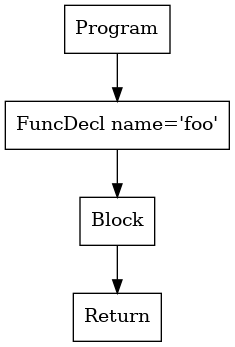
Earlier version of the Graphviz export tree.png (phamml/p2-parser). Its source is kept beside it as tree.dot.
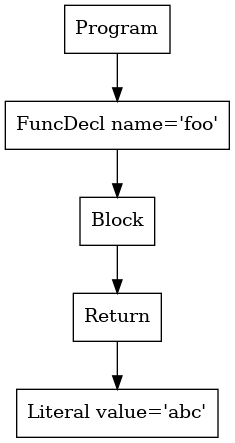
After the change.

Diff of the diagram source:
```diff
@@ -1,5 +1,7 @@
 digraph AST {
+4 [shape=box, label="Literal value='abc'"];
 3 [shape=box, label="Return"];
+3 -> 4;
 2 [shape=box, label="Block"];
 2 -> 3;
 1 [shape=box, label="FuncDecl name='foo'"];
```
